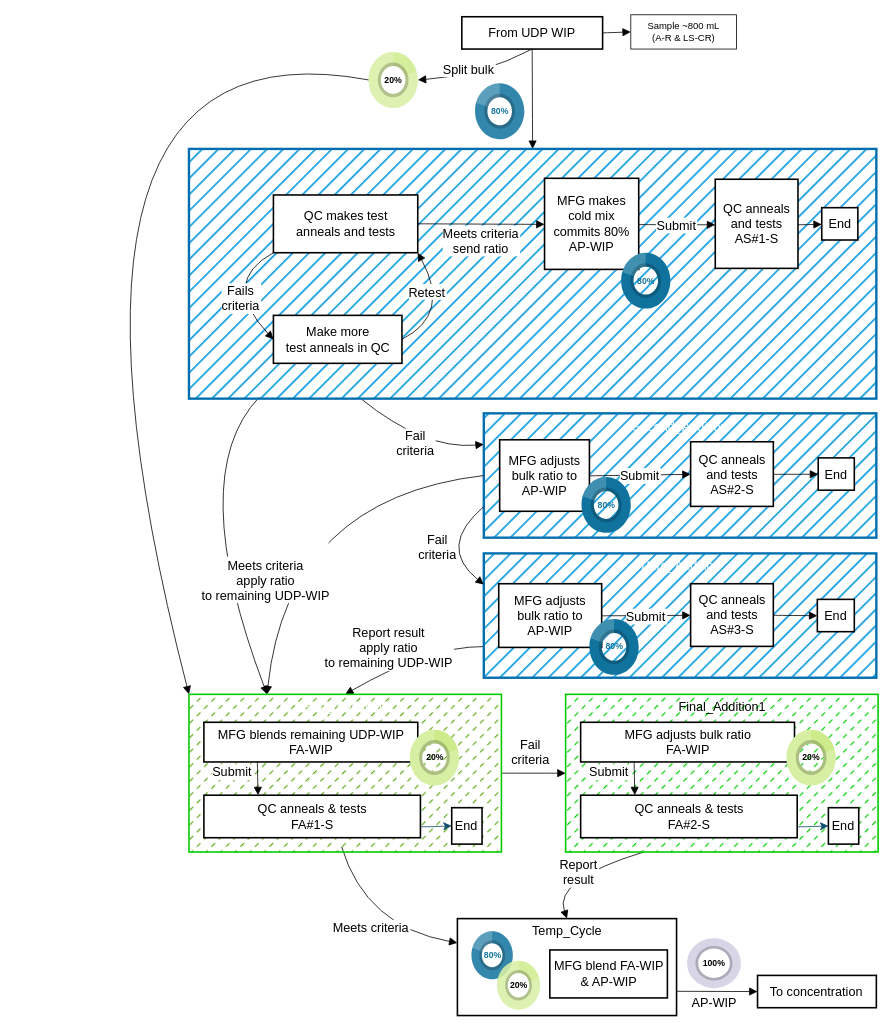
Above: Flows.drawio in jeffspc88mx/MiscStuff (draw.io), before the change. Source tidied: cells renumbered, new cells numbered last; positions are measured from the earlier drawing's top-left corner, leaving out a move shared by most shapes. Both pictures are drawn from the tidied source at 79%, with x=0, y=0 at pixel (13, 13).
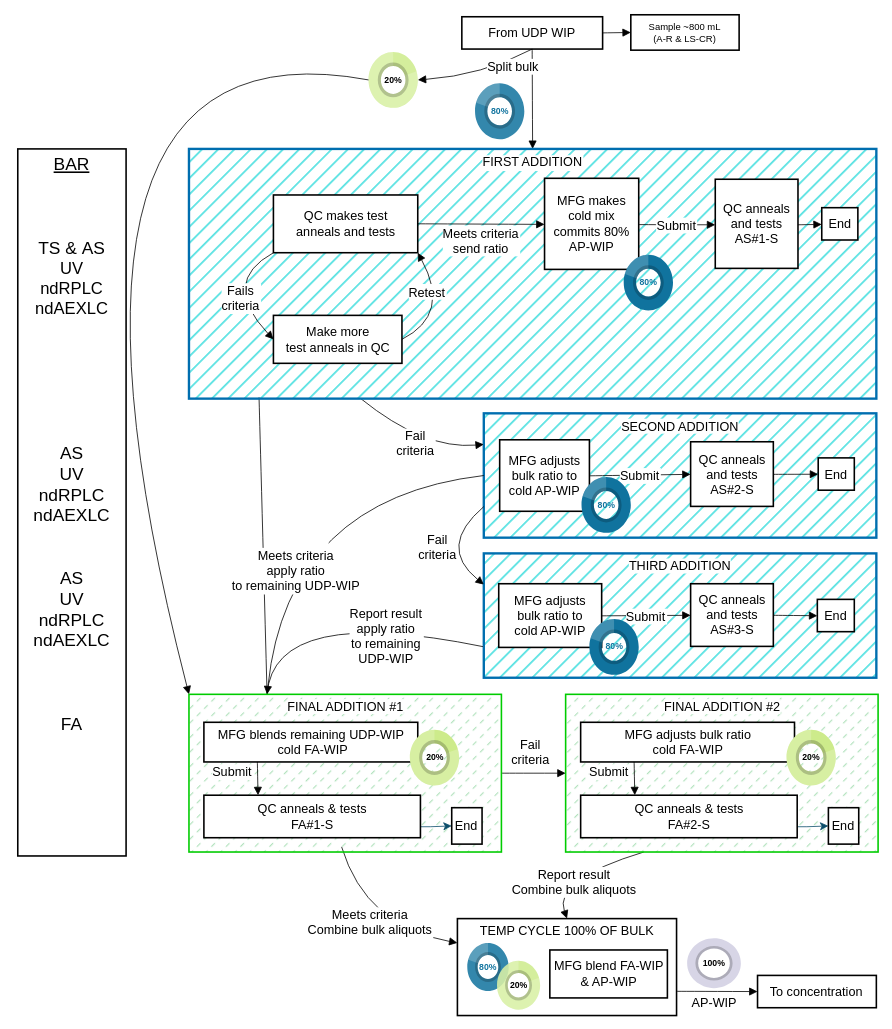
The same page after the edit.

The change refers to these unchanged cells:
```xml
<mxCell id="2" style="group;" parent="1" vertex="1">
  <mxGeometry width="1094" height="1268" as="geometry" />
</mxCell>
<mxCell id="9" value="From UDP WIP" style="whiteSpace=wrap;strokeWidth=2;fontSize=16;" parent="2" vertex="1">
  <mxGeometry x="567.1" y="3.7" width="178.2" height="40.9" as="geometry" />
</mxCell>
<mxCell id="50" value="20%" style="verticalLabelPosition=middle;verticalAlign=middle;html=1;shape=mxgraph.infographic.partConcEllipse;fillColor=#cdeb8b;strokeColor=#36393d;startAngle=0;endAngle=0.20;arcWidth=0.5;fontSize=11;align=center;fontStyle=1;perimeterSpacing=0;strokeWidth=0;shadow=0;fillOpacity=85;strokeOpacity=0;" parent="2" vertex="1">
  <mxGeometry x="449" y="48.3" width="62.4" height="70.7" as="geometry" />
</mxCell>
```

The edit, as a diff of the source:
```diff
@@
-    <mxCell id="3" value="Temp_Cycle" style="whiteSpace=wrap;strokeWidth=2;verticalAlign=top;fontSize=16;" parent="2" vertex="1">
+    <mxCell id="3" value="TEMP CYCLE 100% OF BULK" style="whiteSpace=wrap;strokeWidth=2;verticalAlign=top;fontSize=16;" parent="2" vertex="1">
       <mxGeometry x="561.5" y="1145.3" width="277.4" height="122.7" as="geometry" />
     </mxCell>
@@
     <mxCell id="5" value="80%" style="verticalLabelPosition=middle;verticalAlign=middle;html=1;shape=mxgraph.infographic.partConcEllipse;fillColor=#10739E;strokeColor=default;startAngle=0;endAngle=.8;arcWidth=0.5;fontSize=11;fontColor=#10739E;align=center;fontStyle=1;perimeterSpacing=0;strokeWidth=0;shadow=0;fillOpacity=85;strokeOpacity=0;" parent="3" vertex="1">
-      <mxGeometry x="17.8" y="16.1" width="52.4" height="60.7" as="geometry" />
+      <mxGeometry x="12.5" y="31" width="52.4" height="60.7" as="geometry" />
     </mxCell>
@@
-    <mxCell id="7" value="Third_Addition" style="whiteSpace=wrap;strokeWidth=3;verticalAlign=top;fontSize=16;fillColor=#1ba1e2;fontColor=#ffffff;strokeColor=#006EAF;fillStyle=hatch;" parent="2" vertex="1">
+    <mxCell id="7" value="THIRD ADDITION" style="whiteSpace=wrap;strokeWidth=3;verticalAlign=top;fontSize=16;fillColor=#5AE2E2;fontColor=#000000;strokeColor=#006EAF;fillStyle=hatch;labelBackgroundColor=default;" parent="2" vertex="1">
       <mxGeometry x="594.9" y="683" width="496.9" height="157.4" as="geometry" />
     </mxCell>
-    <mxCell id="8" value="Second_Addition" style="whiteSpace=wrap;strokeWidth=3;verticalAlign=top;fontSize=16;strokeColor=#006EAF;fillColor=#1ba1e2;fontColor=#ffffff;fillStyle=hatch;" parent="2" vertex="1">
+    <mxCell id="8" value="SECOND ADDITION" style="whiteSpace=wrap;strokeWidth=3;verticalAlign=top;fontSize=16;strokeColor=#006EAF;fillColor=#5AE2E2;fontColor=#000000;fillStyle=hatch;labelBackgroundColor=default;" parent="2" vertex="1">
       <mxGeometry x="594.9" y="505.7" width="496.9" height="157.4" as="geometry" />
     </mxCell>
@@
-    <mxCell id="15" value="Meets criteria&#10;apply ratio&#10;to remaining UDP-WIP" style="curved=1;startArrow=none;endArrow=block;exitX=0.102;exitY=0.995;entryX=0.25;entryY=0;rounded=0;fontSize=16;startSize=8;endSize=8;exitDx=0;exitDy=0;exitPerimeter=0;entryDx=0;entryDy=0;" parent="2" edge="1" target="53">
-      <mxGeometry x="0.37" y="50" relative="1" as="geometry">
+    <mxCell id="15" value="Meets criteria&#10;apply ratio&#10;to remaining UDP-WIP" style="curved=1;startArrow=none;endArrow=none;exitX=0.102;exitY=0.995;entryX=0.25;entryY=0;rounded=0;fontSize=16;startSize=8;endSize=8;exitDx=0;exitDy=0;exitPerimeter=0;entryDx=0;entryDy=0;endFill=0;" parent="2" edge="1" target="53">
+      <mxGeometry x="0.17" y="41" relative="1" as="geometry">
         <mxPoint x="310.4" y="485.5" as="sourcePoint" />
-        <Array as="points">
-          <mxPoint x="216.1" y="585" />
-        </Array>
       </mxGeometry>
     </mxCell>
-    <mxCell id="16" value="Report result&#10;apply ratio&#10;to remaining UDP-WIP" style="curved=1;startArrow=none;endArrow=block;exitX=0;exitY=0.75;entryX=0.5;entryY=0;rounded=0;fontSize=16;startSize=8;endSize=8;exitDx=0;exitDy=0;entryDx=0;entryDy=0;" parent="2" edge="1" target="53">
-      <mxGeometry x="0.19" y="-24" relative="1" as="geometry">
+    <mxCell id="16" value="Report result&#10;apply ratio&#10;to remaining&#10;UDP-WIP" style="curved=1;startArrow=none;endArrow=none;exitX=0;exitY=0.75;entryX=0.25;entryY=0;rounded=0;fontSize=16;startSize=8;endSize=8;exitDx=0;exitDy=0;entryDx=0;entryDy=0;endFill=0;" parent="2" edge="1" target="53">
+      <mxGeometry x="-0.36" y="10" relative="1" as="geometry">
         <mxPoint x="593.8" y="801" as="sourcePoint" />
         <Array as="points">
-          <mxPoint x="524.7" y="800.7" />
+          <mxPoint x="329" y="747" />
         </Array>
       </mxGeometry>
     </mxCell>
-    <mxCell id="17" value="Meets criteria" style="curved=1;startArrow=none;endArrow=block;exitX=0.409;exitY=0.992;entryX=0;entryY=0.25;rounded=0;fontSize=16;startSize=8;endSize=8;entryDx=0;entryDy=0;exitDx=0;exitDy=0;exitPerimeter=0;" parent="2" edge="1" target="3">
-      <mxGeometry relative="1" as="geometry">
+    <mxCell id="17" value="Meets criteria&#10;Combine bulk aliquots" style="curved=1;startArrow=none;endArrow=block;exitX=0.409;exitY=0.992;entryX=0;entryY=0.25;rounded=0;fontSize=16;startSize=8;endSize=8;entryDx=0;entryDy=0;exitDx=0;exitDy=0;exitPerimeter=0;" parent="2" edge="1" target="3">
+      <mxGeometry x="-0.09" y="7" relative="1" as="geometry">
         <mxPoint x="414.9" y="1054.5" as="sourcePoint" />
         <Array as="points">
           <mxPoint x="445.6" y="1155.2" />
         </Array>
       </mxGeometry>
     </mxCell>
@@
-    <mxCell id="19" value="Report&#10;result" style="curved=1;startArrow=none;endArrow=block;exitX=0.25;exitY=1;entryX=0.5;entryY=0;rounded=0;fontSize=16;startSize=8;endSize=8;exitDx=0;exitDy=0;entryDx=0;entryDy=0;fontColor=default;" parent="2" edge="1" target="3">
-      <mxGeometry relative="1" as="geometry">
+    <mxCell id="19" value="Report result&#10;Combine bulk aliquots" style="curved=1;startArrow=none;endArrow=block;exitX=0.25;exitY=1;entryX=0.5;entryY=0;rounded=0;fontSize=16;startSize=8;endSize=8;exitDx=0;exitDy=0;entryDx=0;entryDy=0;fontColor=default;" parent="2" edge="1" target="3">
+      <mxGeometry x="0.1" y="10" relative="1" as="geometry">
         <mxPoint x="797.4" y="1061" as="sourcePoint" />
         <Array as="points">
           <mxPoint x="682.9" y="1095.7" />
         </Array>
       </mxGeometry>
     </mxCell>
@@
-    <mxCell id="21" style="group;fontSize=16;fillColor=#1ba1e2;strokeColor=#006EAF;strokeWidth=3;glass=0;fontColor=#ffffff;fillStyle=hatch;" parent="2" vertex="1">
+    <mxCell id="21" value="FIRST ADDITION" style="group;fontSize=16;fillColor=#5AE2E2;strokeColor=#006EAF;strokeWidth=3;glass=0;fontColor=#000000;fillStyle=hatch;labelBackgroundColor=default;" parent="2" vertex="1">
       <mxGeometry x="221.7" y="171" width="870.1" height="316.1" as="geometry" />
     </mxCell>
@@
     <mxCell id="32" value="80%" style="verticalLabelPosition=middle;verticalAlign=middle;html=1;shape=mxgraph.infographic.partConcEllipse;fillColor=#10739E;strokeColor=default;startAngle=0;endAngle=.8;arcWidth=0.5;fontSize=11;fontColor=#10739E;align=center;fontStyle=1;perimeterSpacing=0;strokeWidth=0;shadow=0;fillOpacity=100;strokeOpacity=0;" parent="21" vertex="1">
-      <mxGeometry x="547" y="131.4" width="62.4" height="70.7" as="geometry" />
+      <mxGeometry x="550.3" y="133.9" width="62.4" height="70.7" as="geometry" />
     </mxCell>
-    <mxCell id="33" value="MFG adjusts&#10;bulk ratio to AP-WIP" style="whiteSpace=wrap;strokeWidth=2;fontSize=16;" parent="2" vertex="1">
+    <mxCell id="33" value="MFG adjusts&#10;bulk ratio to cold AP-WIP" style="whiteSpace=wrap;strokeWidth=2;fontSize=16;" parent="2" vertex="1">
       <mxGeometry x="615" y="539.2" width="113.6" height="90.5" as="geometry" />
     </mxCell>
@@
-    <mxCell id="38" value="MFG adjusts&#10;bulk ratio to &#10;AP-WIP" style="whiteSpace=wrap;strokeWidth=2;fontSize=16;" parent="2" vertex="1">
+    <mxCell id="38" value="MFG adjusts&#10;bulk ratio to &#10;cold AP-WIP" style="whiteSpace=wrap;strokeWidth=2;fontSize=16;" parent="2" vertex="1">
       <mxGeometry x="613.8" y="721.4" width="130.3" height="80.6" as="geometry" />
     </mxCell>
@@
-    <mxCell id="44" value="Sample ~800 mL&lt;br&gt;(A-R &amp;amp; LS-CR)" style="rounded=0;whiteSpace=wrap;html=1;" parent="2" vertex="1">
-      <mxGeometry x="781" y="1.2" width="133.7" height="43.4" as="geometry" />
+    <mxCell id="44" value="Sample ~800 mL&lt;br&gt;(A-R &amp;amp; LS-CR)" style="rounded=0;whiteSpace=wrap;html=1;strokeWidth=2;" parent="2" vertex="1">
+      <mxGeometry x="781" y="1.2" width="137.1" height="44.8" as="geometry" />
     </mxCell>
@@
     <mxCell id="49" value="Split bulk" style="curved=1;startArrow=none;endArrow=block;exitX=0.5;exitY=1;entryX=1;entryY=0.5;rounded=0;fontSize=16;startSize=8;endSize=8;horizontal=1;exitDx=0;exitDy=0;entryDx=0;entryDy=0;entryPerimeter=0;" parent="2" edge="1" source="9" target="50">
-      <mxGeometry x="0.15" y="-10" relative="1" as="geometry">
+      <mxGeometry x="-0.58" y="9" relative="1" as="geometry">
         <Array as="points">
           <mxPoint x="592.7" y="78.1" />
         </Array>
+        <mxPoint y="-1" as="offset" />
       </mxGeometry>
     </mxCell>
@@
-    <mxCell id="53" value="Final_Addition1" style="whiteSpace=wrap;strokeWidth=2;verticalAlign=top;fontSize=16;strokeColor=#00CC00;fillColor=#60a917;fontColor=#ffffff;fillStyle=dashed;gradientColor=none;" parent="2" vertex="1">
+    <mxCell id="53" value="FINAL ADDITION #1" style="whiteSpace=wrap;strokeWidth=2;verticalAlign=top;fontSize=16;strokeColor=#00CC00;fillColor=#B3E2BE;fontColor=#000000;fillStyle=dashed;gradientColor=none;labelBackgroundColor=default;" parent="2" vertex="1">
       <mxGeometry x="221.7" y="861.4" width="395.5" height="199.6" as="geometry" />
     </mxCell>
@@
-    <mxCell id="56" value="MFG blends remaining UDP-WIP&#10;FA-WIP" style="whiteSpace=wrap;strokeWidth=2;fontSize=16;" parent="2" vertex="1">
+    <mxCell id="56" value="MFG blends remaining UDP-WIP&#10; cold FA-WIP" style="whiteSpace=wrap;strokeWidth=2;fontSize=16;" parent="2" vertex="1">
       <mxGeometry x="240.6" y="896.8" width="270.7" height="50.2" as="geometry" />
     </mxCell>
@@
-    <mxCell id="59" value="Final_Addition1" style="whiteSpace=wrap;strokeWidth=2;verticalAlign=top;fontSize=16;fillStyle=dashed;fillColor=#00CC00;strokeColor=#00CC00;" parent="2" vertex="1">
+    <mxCell id="59" value="FINAL ADDITION #2" style="whiteSpace=wrap;strokeWidth=2;verticalAlign=top;fontSize=16;fillStyle=dashed;fillColor=#B3E2BE;strokeColor=#00CC00;labelBackgroundColor=default;" parent="2" vertex="1">
       <mxGeometry x="698.5" y="861.4" width="395.5" height="199.6" as="geometry" />
     </mxCell>
@@
-    <mxCell id="63" value="MFG adjusts bulk ratio&#10;FA-WIP" style="whiteSpace=wrap;strokeWidth=2;fontSize=16;" parent="2" vertex="1">
+    <mxCell id="63" value="MFG adjusts bulk ratio&#10;cold FA-WIP" style="whiteSpace=wrap;strokeWidth=2;fontSize=16;" parent="2" vertex="1">
       <mxGeometry x="717.5" y="896.8" width="270.7" height="50.2" as="geometry" />
     </mxCell>
@@
+    <mxCell id="67" value="&lt;u&gt;BAR&lt;/u&gt;&lt;div style=&quot;font-size: 22px;&quot;&gt;&lt;br style=&quot;font-size: 22px;&quot;&gt;&lt;/div&gt;&lt;div style=&quot;font-size: 22px;&quot;&gt;&lt;br style=&quot;font-size: 22px;&quot;&gt;&lt;/div&gt;&lt;div style=&quot;font-size: 22px;&quot;&gt;&lt;br style=&quot;font-size: 22px;&quot;&gt;&lt;/div&gt;&lt;div style=&quot;font-size: 22px;&quot;&gt;&lt;span style=&quot;background-color: initial;&quot;&gt;TS &amp;amp;&amp;nbsp;&lt;/span&gt;&lt;span style=&quot;background-color: initial;&quot;&gt;AS&lt;/span&gt;&lt;/div&gt;&lt;div style=&quot;font-size: 21px;&quot;&gt;&lt;font style=&quot;font-size: 21px;&quot;&gt;UV&lt;br&gt;ndRPLC&lt;/font&gt;&lt;/div&gt;&lt;div style=&quot;font-size: 21px;&quot;&gt;&lt;font style=&quot;font-size: 21px;&quot;&gt;ndAEXLC&lt;/font&gt;&lt;/div&gt;&lt;div style=&quot;font-size: 22px;&quot;&gt;&lt;br style=&quot;font-size: 22px;&quot;&gt;&lt;/div&gt;&lt;div style=&quot;font-size: 22px;&quot;&gt;&lt;br style=&quot;font-size: 22px;&quot;&gt;&lt;/div&gt;&lt;div style=&quot;font-size: 22px;&quot;&gt;&lt;br style=&quot;font-size: 22px;&quot;&gt;&lt;/div&gt;&lt;div style=&quot;font-size: 22px;&quot;&gt;&lt;br style=&quot;font-size: 22px;&quot;&gt;&lt;/div&gt;&lt;div style=&quot;font-size: 22px;&quot;&gt;&lt;br style=&quot;font-size: 22px;&quot;&gt;&lt;/div&gt;&lt;div style=&quot;font-size: 22px;&quot;&gt;&lt;br style=&quot;font-size: 22px;&quot;&gt;&lt;/div&gt;&lt;div style=&quot;font-size: 22px;&quot;&gt;AS&lt;/div&gt;&lt;div style=&quot;font-size: 22px;&quot;&gt;&lt;div&gt;UV&lt;br&gt;ndRPLC&lt;/div&gt;&lt;div&gt;ndAEXLC&lt;/div&gt;&lt;/div&gt;&lt;div style=&quot;font-size: 22px;&quot;&gt;&lt;br style=&quot;font-size: 22px;&quot;&gt;&lt;/div&gt;&lt;div style=&quot;font-size: 22px;&quot;&gt;&lt;br style=&quot;font-size: 22px;&quot;&gt;&lt;/div&gt;&lt;div style=&quot;font-size: 22px;&quot;&gt;AS&lt;/div&gt;&lt;div style=&quot;font-size: 22px;&quot;&gt;&lt;div&gt;UV&lt;br&gt;ndRPLC&lt;/div&gt;&lt;div&gt;ndAEXLC&lt;/div&gt;&lt;/div&gt;&lt;div style=&quot;font-size: 22px;&quot;&gt;&lt;br style=&quot;font-size: 22px;&quot;&gt;&lt;/div&gt;&lt;div style=&quot;font-size: 22px;&quot;&gt;&lt;br style=&quot;font-size: 22px;&quot;&gt;&lt;/div&gt;&lt;div style=&quot;font-size: 22px;&quot;&gt;&lt;br style=&quot;font-size: 22px;&quot;&gt;&lt;/div&gt;&lt;div style=&quot;font-size: 22px;&quot;&gt;FA&lt;/div&gt;" style="rounded=0;whiteSpace=wrap;html=1;strokeWidth=2;verticalAlign=top;fontSize=22;" parent="2" vertex="1">
+      <mxGeometry x="5" y="171" width="137.1" height="895" as="geometry" />
+    </mxCell>
```
